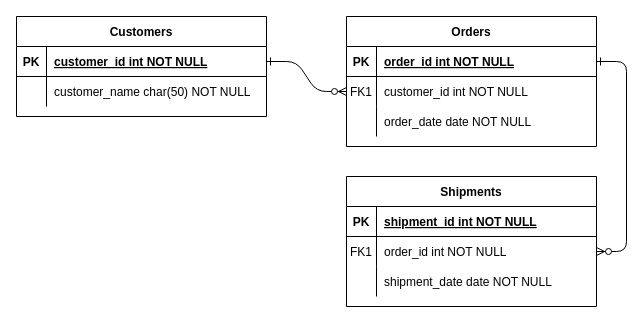
The draw.io diagram Untitled Diagram.drawio in eug2345/IMS-Starter, before the edit. Source tidied: cells renumbered, new cells numbered last; positions are measured from the earlier drawing's top-left corner, leaving out a move shared by most shapes. Both pictures are drawn from the tidied source at 100%, with x=0, y=0 at pixel (16, 16).
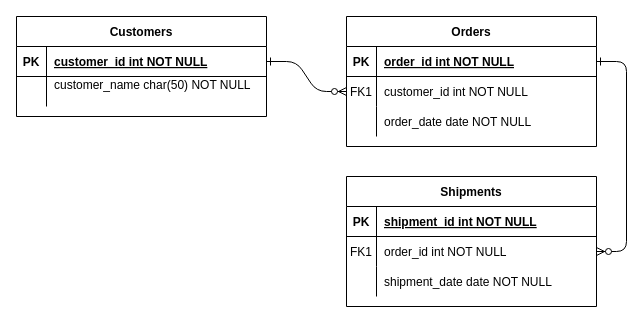
The same diagram, later.

Unchanged cells that the change refers to:
```xml
<mxCell id="28" style="shape=partialRectangle;fillColor=none;top=0;left=0;right=0;bottom=0;" parent="24" vertex="1">
  <mxGeometry y="60" width="250" height="30" as="geometry" />
</mxCell>
```

Diff of the diagram source:
```diff
@@
-    <mxCell id="30" value="customer_name char(50) NOT NULL" style="shape=partialRectangle;overflow=hidden;fillColor=none;top=0;left=0;bottom=0;right=0;align=left;spacingLeft=6;" parent="28" vertex="1">
+    <mxCell id="30" value="customer_name char(50) NOT NULL&#10;" style="shape=partialRectangle;overflow=hidden;fillColor=none;top=0;left=0;bottom=0;right=0;align=left;spacingLeft=6;" parent="28" vertex="1">
       <mxGeometry x="30" width="220" height="30" as="geometry" />
     </mxCell>
```
